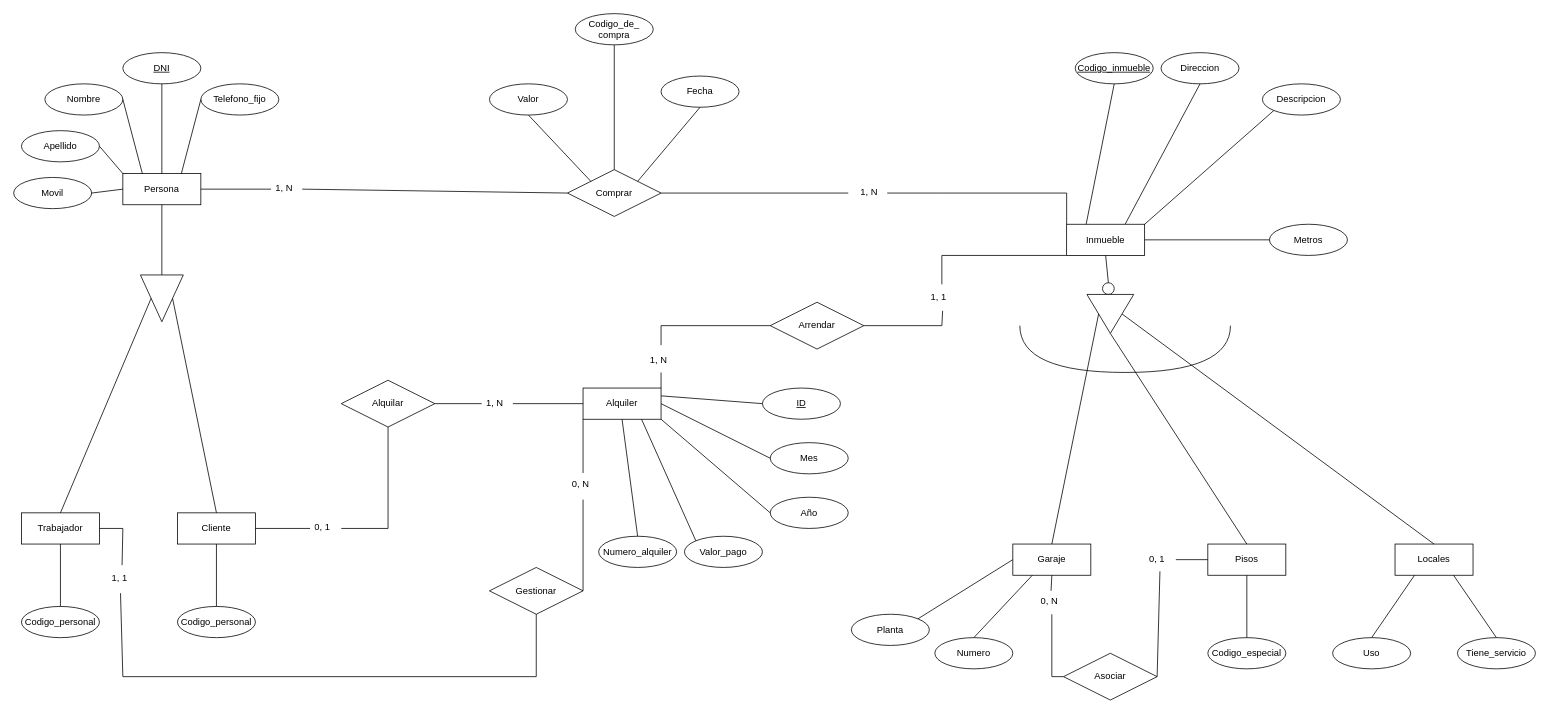
The draw.io diagram Actividad_18_C3_UD18.drawio in jordimall/jmg-tsys-ta12diagramasER-drawio-111023, before the edit. Source tidied: cells renumbered, new cells numbered last; positions are measured from the earlier drawing's top-left corner, leaving out a move shared by most shapes. Both pictures are drawn from the tidied source at 78%, with x=0, y=0 at pixel (13, 13).
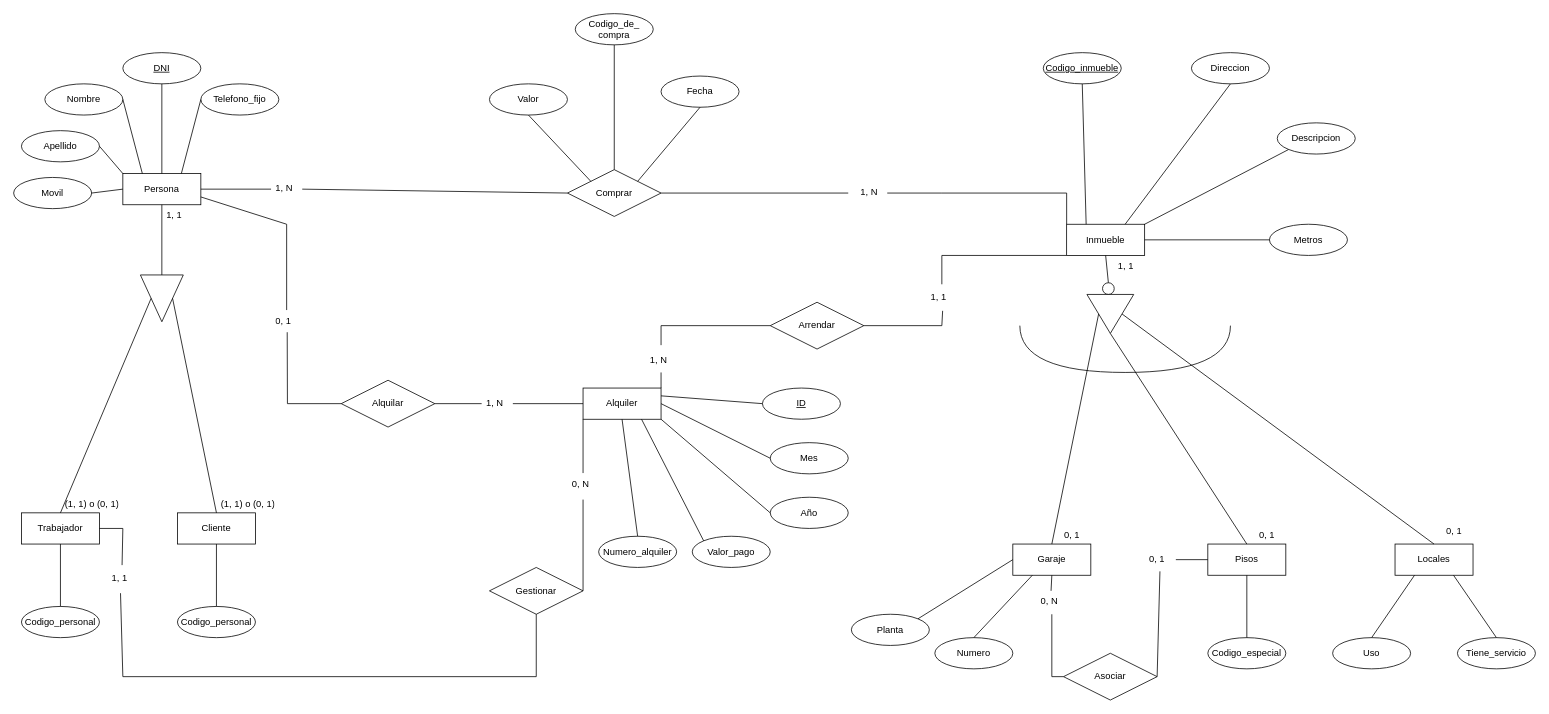
The same diagram, later.

Unchanged cells that the change refers to:
```xml
<mxCell id="24" value="Cliente" style="whiteSpace=wrap;html=1;align=center;" parent="1" vertex="1">
  <mxGeometry x="210" y="640" width="100" height="40" as="geometry" />
</mxCell>
<mxCell id="26" value="Persona" style="whiteSpace=wrap;html=1;align=center;" parent="1" vertex="1">
  <mxGeometry x="140" y="205" width="100" height="40" as="geometry" />
</mxCell>
<mxCell id="69" value="Alquilar" style="shape=rhombus;perimeter=rhombusPerimeter;whiteSpace=wrap;html=1;align=center;" parent="1" vertex="1">
  <mxGeometry x="420" y="470" width="120" height="60" as="geometry" />
</mxCell>
```

Diff of the diagram source:
```diff
@@
     <mxCell id="6" value="Codigo_inmueble" style="ellipse;whiteSpace=wrap;html=1;align=center;fontStyle=4;" parent="1" vertex="1">
-      <mxGeometry x="1361" y="50" width="100" height="40" as="geometry" />
+      <mxGeometry x="1320" y="50" width="100" height="40" as="geometry" />
     </mxCell>
@@
     <mxCell id="8" value="Descripcion" style="ellipse;whiteSpace=wrap;html=1;align=center;" parent="1" vertex="1">
-      <mxGeometry x="1601" y="90" width="100" height="40" as="geometry" />
+      <mxGeometry x="1620" y="140" width="100" height="40" as="geometry" />
     </mxCell>
     <mxCell id="9" value="Direccion" style="ellipse;whiteSpace=wrap;html=1;align=center;" parent="1" vertex="1">
-      <mxGeometry x="1471" y="50" width="100" height="40" as="geometry" />
+      <mxGeometry x="1510" y="50" width="100" height="40" as="geometry" />
     </mxCell>
@@
     <mxCell id="59" value="Valor_pago" style="ellipse;whiteSpace=wrap;html=1;align=center;" parent="1" vertex="1">
-      <mxGeometry x="860" y="670" width="100" height="40" as="geometry" />
+      <mxGeometry x="870" y="670" width="100" height="40" as="geometry" />
     </mxCell>
@@
-    <mxCell id="70" style="endArrow=none;html=1;rounded=0;exitX=1;exitY=0.5;exitDx=0;exitDy=0;entryX=0.5;entryY=1;entryDx=0;entryDy=0;" parent="1" edge="1" source="81" target="69">
+    <mxCell id="70" style="endArrow=none;html=1;rounded=0;exitX=0.518;exitY=0.947;exitDx=0;exitDy=0;entryX=0;entryY=0.5;entryDx=0;entryDy=0;exitPerimeter=0;" parent="1" edge="1" source="81" target="69">
       <mxGeometry relative="1" as="geometry">
         <Array as="points">
-          <mxPoint x="480" y="660" />
+          <mxPoint x="351" y="500" />
         </Array>
       </mxGeometry>
     </mxCell>
@@
     <mxCell id="81" value="0, 1" style="text;strokeColor=none;fillColor=none;spacingLeft=4;spacingRight=4;overflow=hidden;points=[[0,0.5],[1,0.5]];portConstraint=eastwest;fontSize=12;whiteSpace=wrap;html=1;" parent="1" vertex="1">
-      <mxGeometry x="380" y="645" width="40" height="30" as="geometry" />
+      <mxGeometry x="330" y="380" width="40" height="30" as="geometry" />
     </mxCell>
-    <mxCell id="82" style="endArrow=none;html=1;rounded=0;exitX=1;exitY=0.5;exitDx=0;exitDy=0;entryX=0;entryY=0.5;entryDx=0;entryDy=0;" parent="1" edge="1" source="24" target="81">
-      <mxGeometry relative="1" as="geometry" />
+    <mxCell id="82" style="endArrow=none;html=1;rounded=0;exitX=1;exitY=0.75;exitDx=0;exitDy=0;" parent="1" edge="1" source="26">
+      <mxGeometry relative="1" as="geometry">
+        <mxPoint x="350" y="380" as="targetPoint" />
+        <Array as="points">
+          <mxPoint x="350" y="270" />
+        </Array>
+      </mxGeometry>
     </mxCell>
@@
+    <mxCell id="104" value="(1, 1) o (0, 1)" style="text;strokeColor=none;fillColor=none;spacingLeft=4;spacingRight=4;overflow=hidden;fontSize=12;whiteSpace=wrap;html=1;" parent="1" vertex="1">
+      <mxGeometry x="60" y="615" width="80" height="30" as="geometry" />
+    </mxCell>
+    <mxCell id="105" value="(1, 1) o (0, 1)" style="text;strokeColor=none;fillColor=none;spacingLeft=4;spacingRight=4;overflow=hidden;fontSize=12;whiteSpace=wrap;html=1;" parent="1" vertex="1">
+      <mxGeometry x="260" y="615" width="80" height="30" as="geometry" />
+    </mxCell>
+    <mxCell id="106" value="1, 1" style="text;strokeColor=none;fillColor=none;spacingLeft=4;spacingRight=4;overflow=hidden;fontSize=12;whiteSpace=wrap;html=1;" parent="1" vertex="1">
+      <mxGeometry x="190" y="245" width="40" height="30" as="geometry" />
+    </mxCell>
+    <mxCell id="107" value="1, 1" style="text;strokeColor=none;fillColor=none;spacingLeft=4;spacingRight=4;overflow=hidden;fontSize=12;whiteSpace=wrap;html=1;" parent="1" vertex="1">
+      <mxGeometry x="1410" y="310" width="40" height="30" as="geometry" />
+    </mxCell>
+    <mxCell id="108" value="0, 1" style="text;strokeColor=none;fillColor=none;spacingLeft=4;spacingRight=4;overflow=hidden;fontSize=12;whiteSpace=wrap;html=1;" parent="1" vertex="1">
+      <mxGeometry x="1341" y="655" width="40" height="30" as="geometry" />
+    </mxCell>
+    <mxCell id="109" value="0, 1" style="text;strokeColor=none;fillColor=none;spacingLeft=4;spacingRight=4;overflow=hidden;fontSize=12;whiteSpace=wrap;html=1;" parent="1" vertex="1">
+      <mxGeometry x="1591" y="655" width="40" height="30" as="geometry" />
+    </mxCell>
+    <mxCell id="110" value="0, 1" style="text;strokeColor=none;fillColor=none;spacingLeft=4;spacingRight=4;overflow=hidden;fontSize=12;whiteSpace=wrap;html=1;" parent="1" vertex="1">
+      <mxGeometry x="1831" y="650" width="40" height="30" as="geometry" />
+    </mxCell>
```
